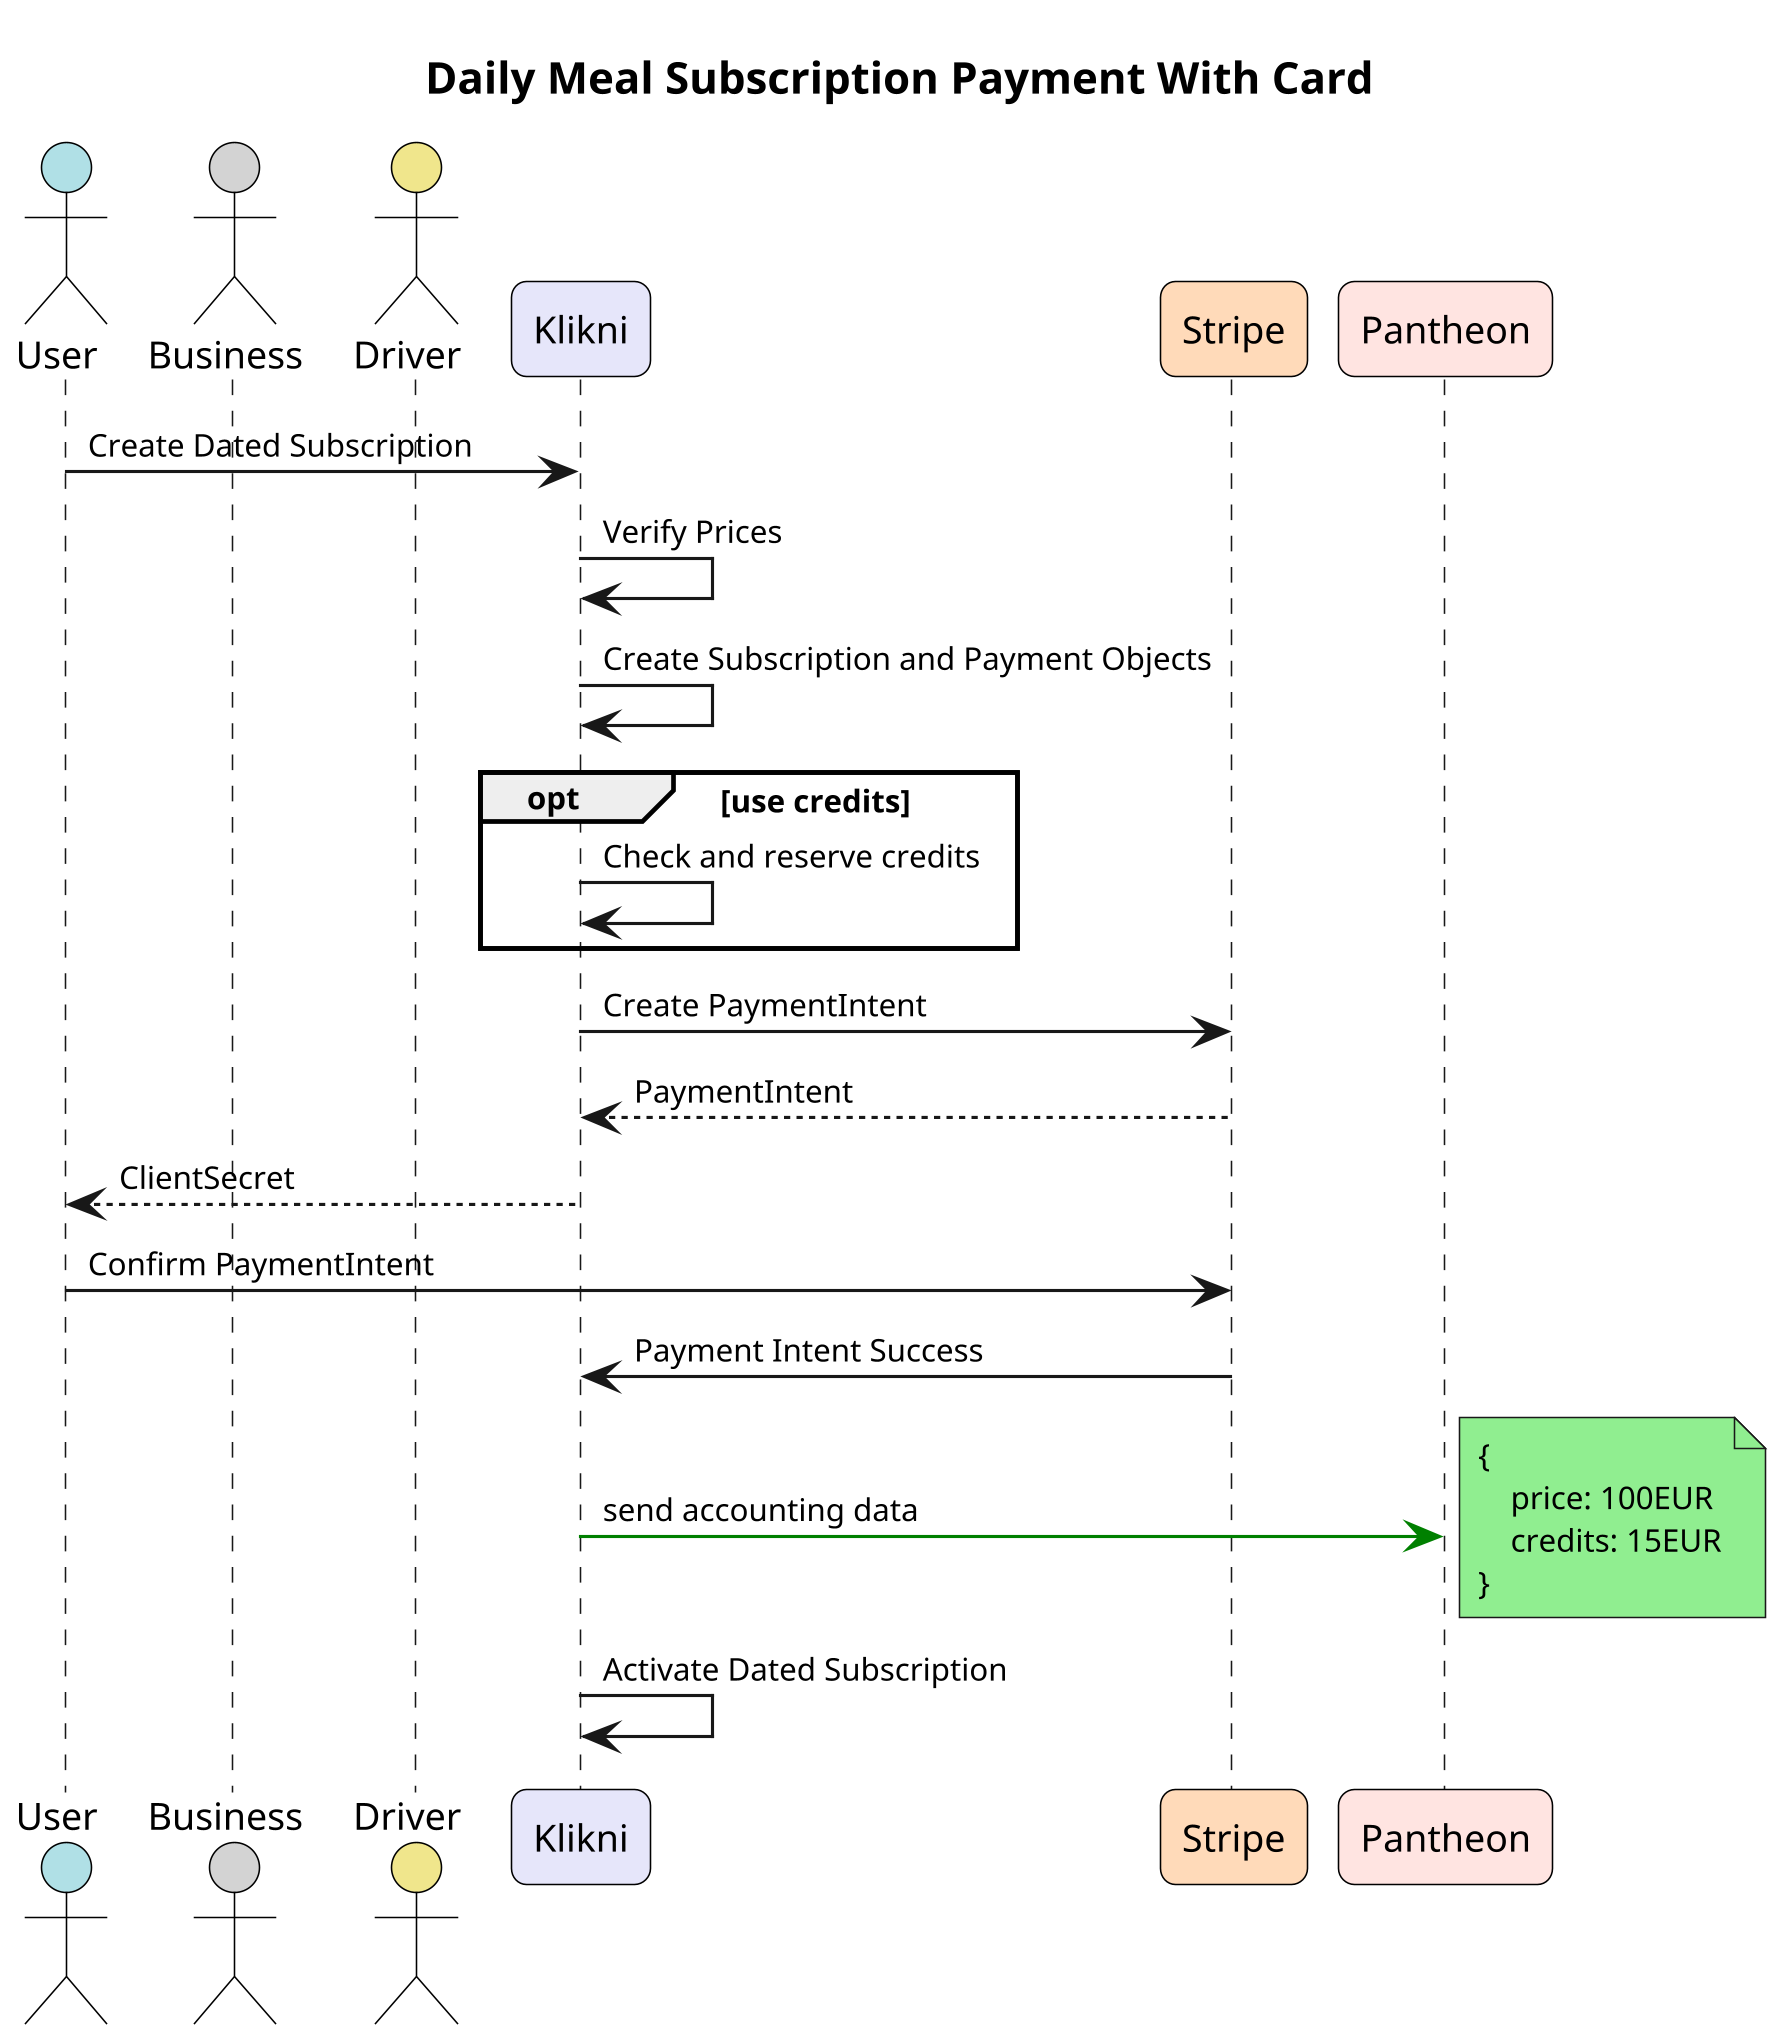
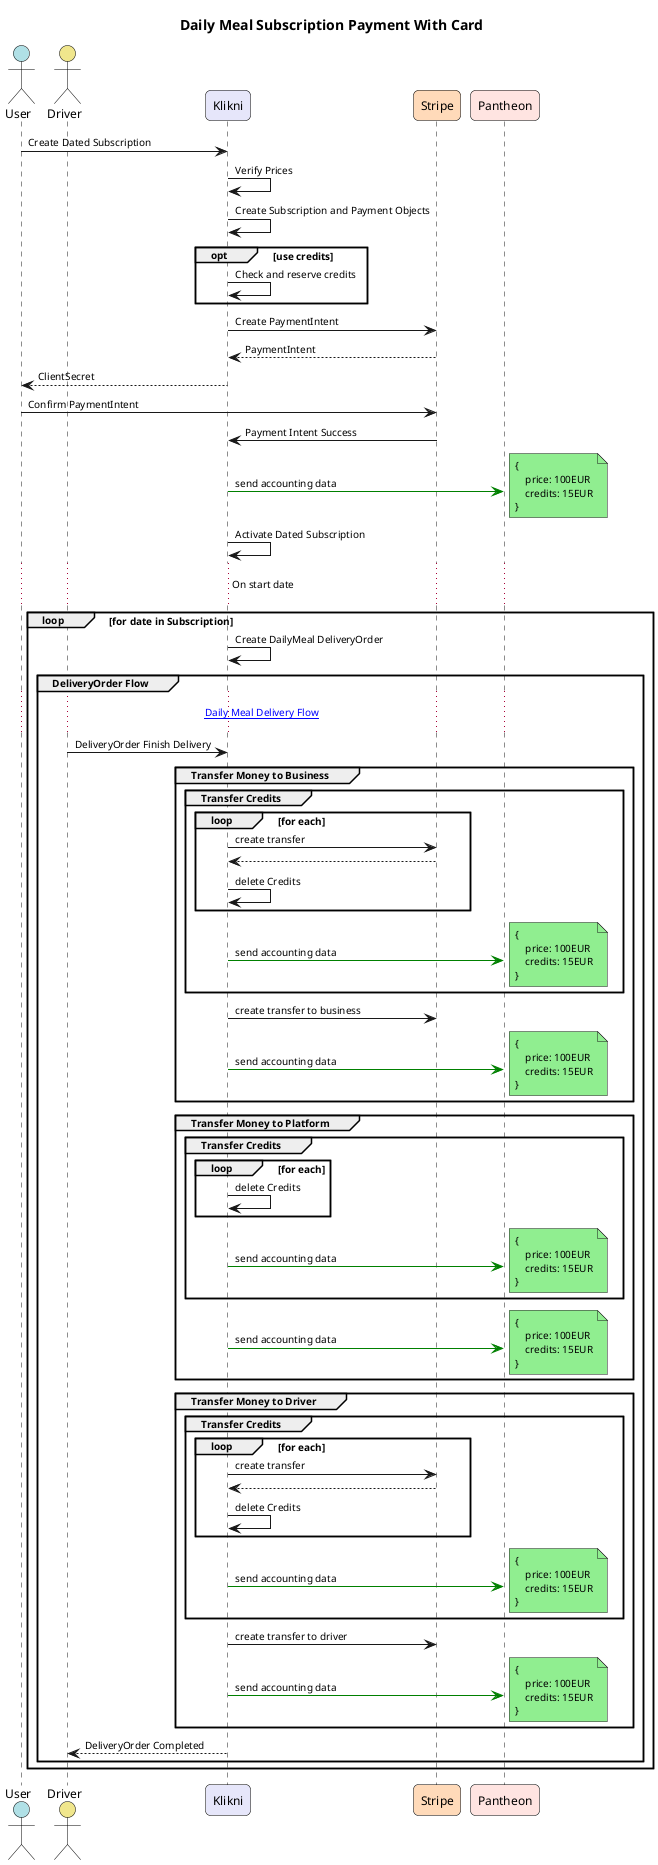
@startuml Klikni_Sequence_Diagram
title Daily Meal Subscription Payment With Card
- ' === Page / Resolution ===
- skinparam dpi 300
- skinparam pageWidth 2100
- ' skinparam pageHeight 1485

' === Compact Sequence Styling ===
skinparam defaultFontSize 10
skinparam sequence {
    MessageSpacing 15
    ParticipantSpacing 50
}

' === Actor / Participant Styling ===
skinparam actor {
    FontName Arial
    FontSize 12
    BorderColor Black
    BackgroundColor #ADD8E6
    RoundCorner 10
    MinWidth 120
    MinHeight 120
}

skinparam participant {
    FontName Arial
    FontSize 12
    BorderColor Black
    RoundCorner 10
    MinWidth 140
    MinHeight 100
}

' === Participant Colors ===
' Use stereotypes for coloring specific entities
actor User as user #B0E0E6
- actor Business as business #D3D3D3
actor Driver as driver #F0E68C
participant Klikni as klikni #E6E6FA
participant Stripe as stripe #FFDAB9
participant Pantheon as pantheon #FFE4E1

' === Sequence Example ===
user -> klikni: Create Dated Subscription
klikni -> klikni: Verify Prices
klikni -> klikni: Create Subscription and Payment Objects
opt use credits
    klikni -> klikni: Check and reserve credits
end
klikni -> stripe: Create PaymentIntent
klikni <-- stripe: PaymentIntent
user <-- klikni: ClientSecret
user -> stripe: Confirm PaymentIntent
stripe -> klikni: Payment Intent Success
klikni -[#green]> pantheon: send accounting data
note right #LightGreen
{
    price: 100EUR
    credits: 15EUR
}
end note
klikni -> klikni: Activate Dated Subscription

+ ... On start date ...
+ loop for date in Subscription
+ klikni -> klikni: Create DailyMeal DeliveryOrder
+ 
+ group DeliveryOrder Flow
+     ... [[http://plantuml.com Daily Meal Delivery Flow]]  ...
+     driver -> klikni: DeliveryOrder Finish Delivery
+ 
+     group Transfer Money to Business
+         group Transfer Credits
+             loop for each
+                 klikni->stripe: create transfer
+                 klikni<--stripe
+                 klikni->klikni: delete Credits
+             end
+             klikni -[#green]> pantheon: send accounting data
+             note right #LightGreen
+             {
+                 price: 100EUR
+                 credits: 15EUR
+             }
+             end note
+         end
+         klikni -> stripe: create transfer to business
+         klikni -[#green]> pantheon: send accounting data
+         note right #LightGreen
+         {
+             price: 100EUR
+             credits: 15EUR
+         }
+         end note
+     end
+     group Transfer Money to Platform
+         group Transfer Credits
+             loop for each
+                 klikni->klikni: delete Credits
+             end
+             klikni -[#green]> pantheon: send accounting data
+             note right #LightGreen
+             {
+                 price: 100EUR
+                 credits: 15EUR
+             }
+             end note
+         end
+         klikni -[#green]> pantheon: send accounting data
+         note right #LightGreen
+         {
+             price: 100EUR
+             credits: 15EUR
+         }
+         end note
+     end
+     group Transfer Money to Driver
+         group Transfer Credits
+             loop for each
+                 klikni->stripe: create transfer
+                 klikni<--stripe
+                 klikni->klikni: delete Credits
+             end
+             klikni -[#green]> pantheon: send accounting data
+             note right #LightGreen
+             {
+                 price: 100EUR
+                 credits: 15EUR
+             }
+             end note
+         end
+         klikni -> stripe: create transfer to driver
+         klikni -[#green]> pantheon: send accounting data
+         note right #LightGreen
+         {
+             price: 100EUR
+             credits: 15EUR
+         }
+         end note
+     end
+     klikni --> driver: DeliveryOrder Completed
+ end
+ end
@enduml